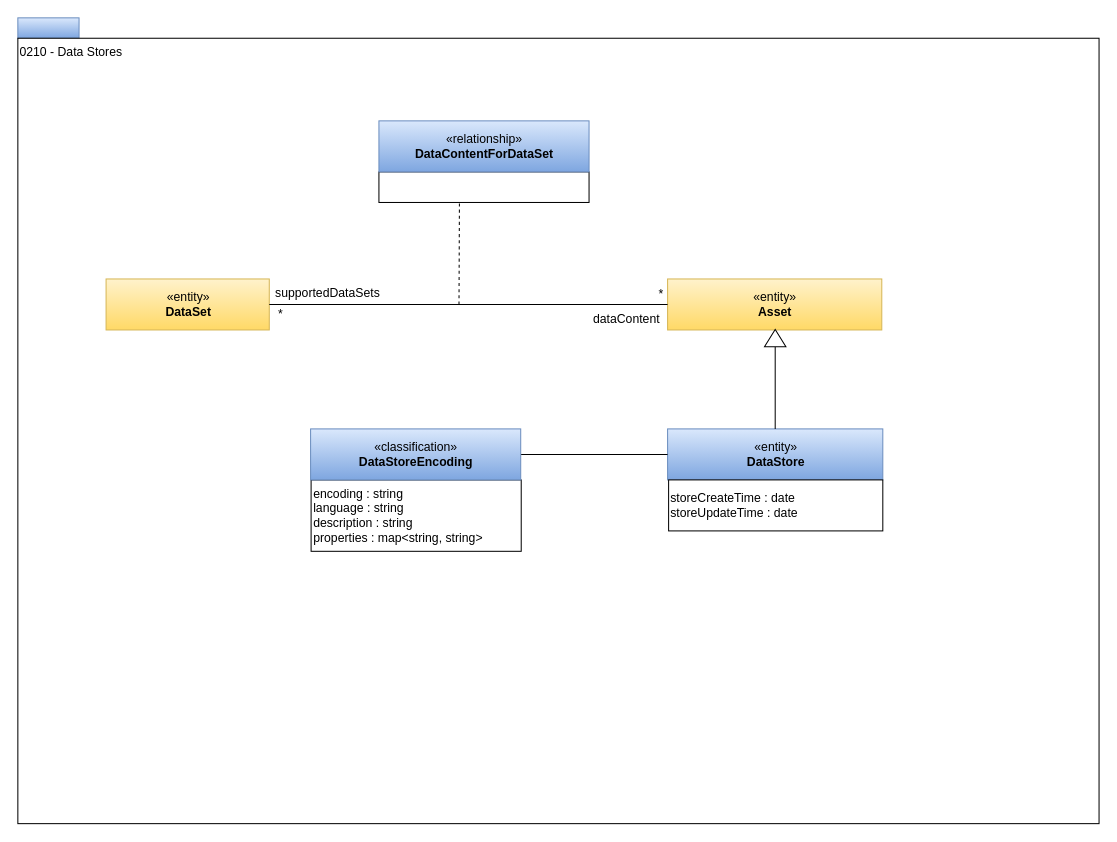
Before: page "0210-Data-Stores" (4 of 19) of open-metadata-publication/website/open-metadata-types/area-2-assets.drawio in odpi/egeria, a draw.io diagram. Source tidied: cells renumbered, new cells numbered last; positions are measured from the earlier drawing's top-left corner, leaving out a move shared by most shapes. Both pictures are drawn from the tidied source at 102%, with x=0, y=0 at pixel (17, 17).
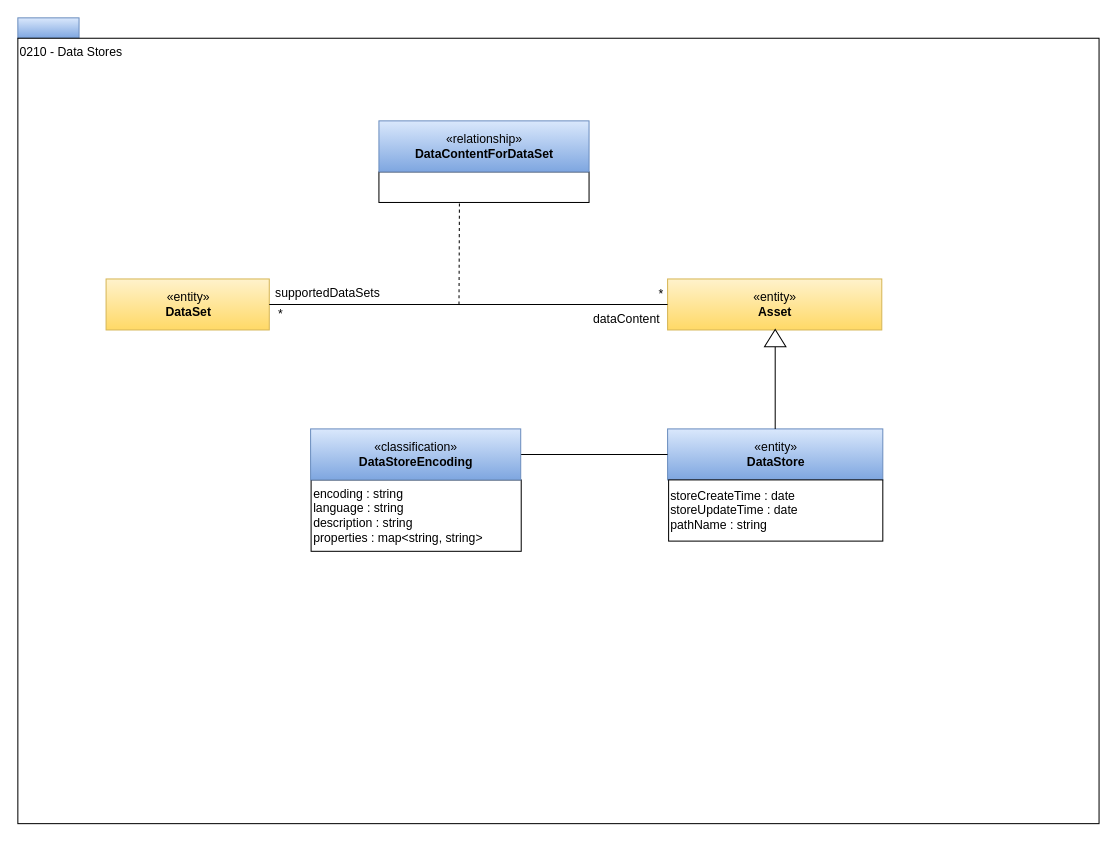
The same diagram, later.

Diff of the diagram source:
```diff
@@
-    <mxCell id="20" value="storeCreateTime : date&lt;br&gt;storeUpdateTime : date" style="rounded=0;whiteSpace=wrap;html=1;strokeColor=#000000;gradientColor=#ffffff;align=left;" parent="1" vertex="1">
-      <mxGeometry x="638" y="453" width="210" height="50" as="geometry" />
+    <mxCell id="20" value="storeCreateTime : date&lt;br&gt;storeUpdateTime : date&lt;br&gt;pathName : string" style="rounded=0;whiteSpace=wrap;html=1;strokeColor=#000000;gradientColor=#ffffff;align=left;" parent="1" vertex="1">
+      <mxGeometry x="638" y="453" width="210" height="60" as="geometry" />
     </mxCell>
```
